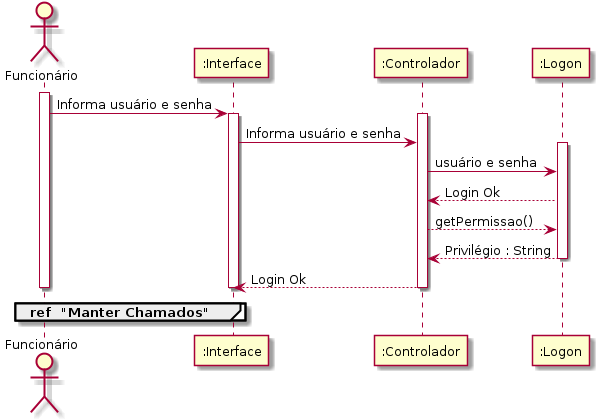
This is doc/uml/sequencia/logon.png from VictorCarlquist/HelpMeNow, a PlantUML export, as it was before one commit. The source it was exported from:
```plantuml
@startuml
	actor "Funcionário"
	activate "Funcionário"
		"Funcionário" -> ":Interface" : Informa usuário e senha
		activate ":Interface"
			activate ":Controlador"
				":Interface" -> ":Controlador" : Informa usuário e senha
				activate ":Logon"
					":Controlador" -> ":Logon" : usuário e senha
					":Logon" --> ":Controlador" : Login Ok
					":Controlador" --> ":Logon" : getPermissao()
					":Logon" --> ":Controlador" : Privilégio : String
				deactivate ":Logon"
				":Controlador" --> ":Interface" : Login Ok
			deactivate ":Controlador"
		deactivate ":Interface"
	deactivate "Funcionário"



	group ref  "Manter Chamados"

	end
@enduml
```
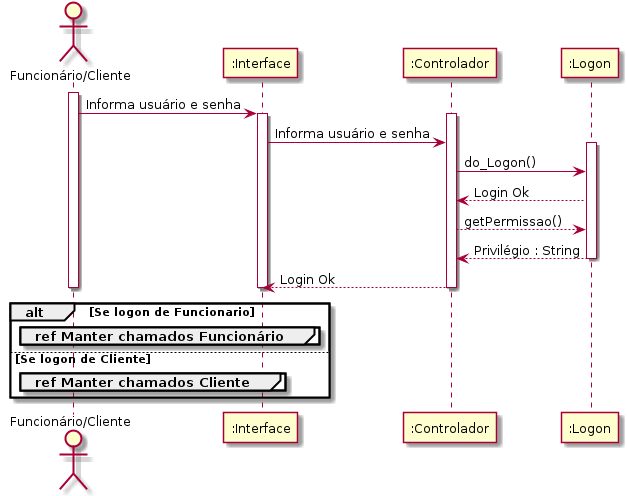
The same diagram one commit later.

Change to the diagram source:
```diff
@@ -1,12 +1,12 @@
 @startuml
-	actor "Funcionário"
-	activate "Funcionário"
-		"Funcionário" -> ":Interface" : Informa usuário e senha
+	actor "Funcionário/Cliente" as func
+	activate func
+		func -> ":Interface" : Informa usuário e senha
 		activate ":Interface"
 			activate ":Controlador"
 				":Interface" -> ":Controlador" : Informa usuário e senha
 				activate ":Logon"
-					":Controlador" -> ":Logon" : usuário e senha
+					":Controlador" -> ":Logon" : do_Logon()
 					":Logon" --> ":Controlador" : Login Ok
 					":Controlador" --> ":Logon" : getPermissao()
 					":Logon" --> ":Controlador" : Privilégio : String
@@ -14,11 +14,16 @@
 				":Controlador" --> ":Interface" : Login Ok
 			deactivate ":Controlador"
 		deactivate ":Interface"
-	deactivate "Funcionário"
+	deactivate func
+
+	alt Se logon de Funcionario
+		group ref Manter chamados Funcionário
+		end
+	else Se logon de Cliente
+		group ref Manter chamados Cliente
+		end
+	end
 
 
 
-	group ref  "Manter Chamados"
-
-	end
 @enduml
```
